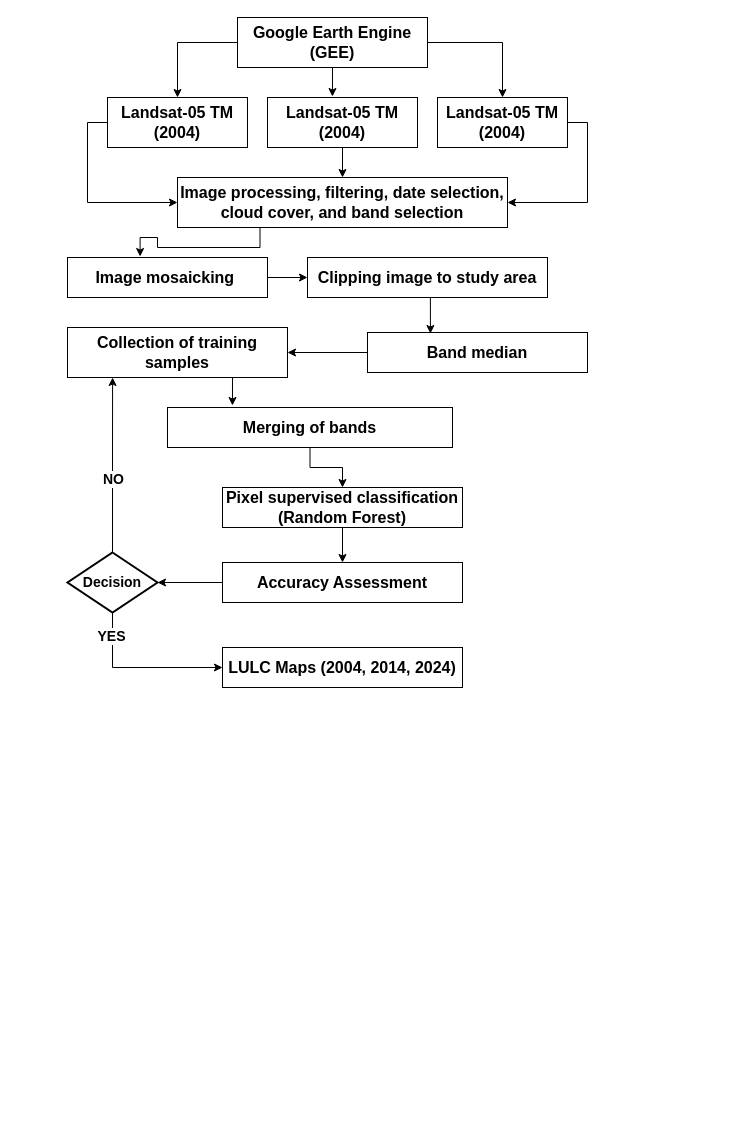
The draw.io diagram gee.drawio in yemioke/PRISMA2020, before the edit. Source tidied: cells renumbered, new cells numbered last; positions are measured from the earlier drawing's top-left corner, leaving out a move shared by most shapes. Both pictures are drawn from the tidied source at 100%, with x=0, y=0 at pixel (67, 17).
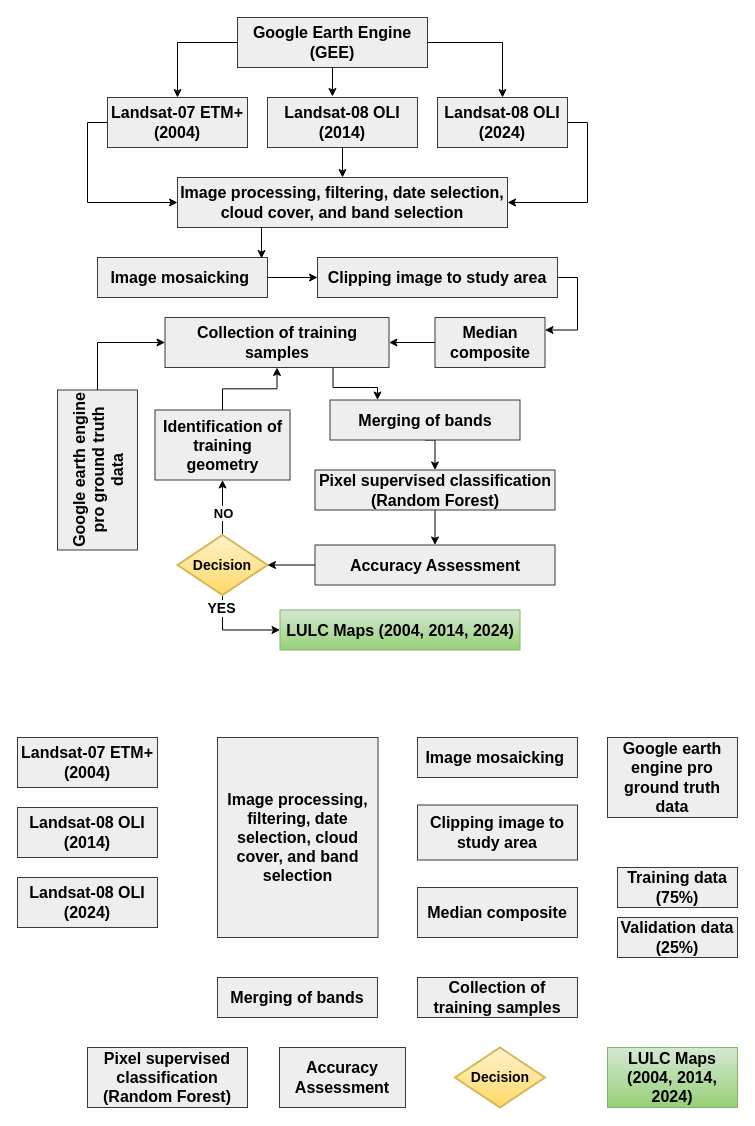
The same page after the edit.

Change to the diagram source:
```diff
@@
-    <mxCell id="4" value="&lt;b&gt;&lt;font style=&quot;font-size: 16px;&quot;&gt;Google Earth Engine (GEE)&lt;/font&gt;&lt;/b&gt;" style="rounded=0;whiteSpace=wrap;html=1;" parent="1" vertex="1">
+    <mxCell id="4" value="&lt;b&gt;&lt;font style=&quot;font-size: 16px;&quot;&gt;Google Earth Engine (GEE)&lt;/font&gt;&lt;/b&gt;" style="rounded=0;whiteSpace=wrap;html=1;fillColor=#eeeeee;strokeColor=#36393d;" parent="1" vertex="1">
       <mxGeometry x="170" width="190" height="50" as="geometry" />
     </mxCell>
@@
-    <mxCell id="6" value="&lt;b&gt;&lt;font style=&quot;font-size: 16px;&quot;&gt;Landsat-05 TM&lt;br&gt;(2004)&lt;/font&gt;&lt;/b&gt;" style="rounded=0;whiteSpace=wrap;html=1;" parent="1" vertex="1">
+    <mxCell id="6" value="&lt;b&gt;&lt;font style=&quot;font-size: 16px;&quot;&gt;Landsat-07 ETM+&lt;br&gt;(2004)&lt;/font&gt;&lt;/b&gt;" style="rounded=0;whiteSpace=wrap;html=1;fillColor=#eeeeee;strokeColor=#36393d;" parent="1" vertex="1">
       <mxGeometry x="40" y="80" width="140" height="50" as="geometry" />
     </mxCell>
@@
-    <mxCell id="8" value="&lt;b&gt;&lt;font style=&quot;font-size: 16px;&quot;&gt;Landsat-05 TM&lt;br&gt;(2004)&lt;/font&gt;&lt;/b&gt;" style="rounded=0;whiteSpace=wrap;html=1;" parent="1" vertex="1">
+    <mxCell id="8" value="&lt;b&gt;&lt;font style=&quot;font-size: 16px;&quot;&gt;Landsat-08 OLI&lt;br&gt;(2014)&lt;/font&gt;&lt;/b&gt;" style="rounded=0;whiteSpace=wrap;html=1;fillColor=#eeeeee;strokeColor=#36393d;" parent="1" vertex="1">
       <mxGeometry x="200" y="80" width="150" height="50" as="geometry" />
     </mxCell>
@@
-    <mxCell id="10" value="&lt;b&gt;&lt;font style=&quot;font-size: 16px;&quot;&gt;Landsat-05 TM&lt;br&gt;(2004)&lt;/font&gt;&lt;/b&gt;" style="rounded=0;whiteSpace=wrap;html=1;" parent="1" vertex="1">
+    <mxCell id="10" value="&lt;b&gt;&lt;font style=&quot;font-size: 16px;&quot;&gt;Landsat-08 OLI&lt;br&gt;(2024)&lt;/font&gt;&lt;/b&gt;" style="rounded=0;whiteSpace=wrap;html=1;fillColor=#eeeeee;strokeColor=#36393d;" parent="1" vertex="1">
       <mxGeometry x="370" y="80" width="130" height="50" as="geometry" />
     </mxCell>
@@
-    <mxCell id="12" value="&lt;b&gt;&lt;font style=&quot;font-size: 16px;&quot;&gt;Image processing, filtering, date selection, cloud cover, and band selection&lt;/font&gt;&lt;/b&gt;" style="rounded=0;whiteSpace=wrap;html=1;" parent="1" vertex="1">
+    <mxCell id="12" value="&lt;b&gt;&lt;font style=&quot;font-size: 16px;&quot;&gt;Image processing, filtering, date selection, cloud cover, and band selection&lt;/font&gt;&lt;/b&gt;" style="rounded=0;whiteSpace=wrap;html=1;fillColor=#eeeeee;strokeColor=#36393d;" parent="1" vertex="1">
       <mxGeometry x="110" y="160" width="330" height="50" as="geometry" />
     </mxCell>
@@
-    <mxCell id="14" value="&lt;span style=&quot;font-size: 16px;&quot;&gt;&lt;b&gt;Image mosaicking&amp;nbsp;&lt;/b&gt;&lt;/span&gt;" style="rounded=0;whiteSpace=wrap;html=1;" parent="1" vertex="1">
-      <mxGeometry y="240" width="200" height="40" as="geometry" />
+    <mxCell id="14" value="&lt;span style=&quot;font-size: 16px;&quot;&gt;&lt;b&gt;Image mosaicking&amp;nbsp;&lt;/b&gt;&lt;/span&gt;" style="rounded=0;whiteSpace=wrap;html=1;fillColor=#eeeeee;strokeColor=#36393d;" parent="1" vertex="1">
+      <mxGeometry x="30" y="240" width="170" height="40" as="geometry" />
     </mxCell>
+    <mxCell id="33" style="edgeStyle=orthogonalEdgeStyle;rounded=0;jettySize=auto;html=1;exitX=1;exitY=0.5;exitDx=0;exitDy=0;entryX=1;entryY=0.25;entryDx=0;entryDy=0;" parent="1" edge="1" source="15" target="17">
+      <mxGeometry relative="1" as="geometry" />
+    </mxCell>
-    <mxCell id="15" value="&lt;span style=&quot;font-size: 16px;&quot;&gt;&lt;b&gt;Clipping image to study area&lt;/b&gt;&lt;/span&gt;" style="rounded=0;whiteSpace=wrap;html=1;" parent="1" vertex="1">
-      <mxGeometry x="240" y="240" width="240" height="40" as="geometry" />
+    <mxCell id="15" value="&lt;span style=&quot;font-size: 16px;&quot;&gt;&lt;b&gt;Clipping image to study area&lt;/b&gt;&lt;/span&gt;" style="rounded=0;whiteSpace=wrap;html=1;fillColor=#eeeeee;strokeColor=#36393d;" parent="1" vertex="1">
+      <mxGeometry x="250" y="240" width="240" height="40" as="geometry" />
     </mxCell>
@@
-    <mxCell id="17" value="&lt;span style=&quot;font-size: 16px;&quot;&gt;&lt;b&gt;Band median&lt;/b&gt;&lt;/span&gt;" style="rounded=0;whiteSpace=wrap;html=1;" parent="1" vertex="1">
-      <mxGeometry x="300" y="315" width="220" height="40" as="geometry" />
+    <mxCell id="17" value="&lt;span style=&quot;font-size: 16px;&quot;&gt;&lt;b&gt;Median composite&lt;/b&gt;&lt;/span&gt;" style="rounded=0;whiteSpace=wrap;html=1;fillColor=#eeeeee;strokeColor=#36393d;" parent="1" vertex="1">
+      <mxGeometry x="367.5" y="300" width="110" height="50" as="geometry" />
     </mxCell>
+    <mxCell id="24" style="edgeStyle=orthogonalEdgeStyle;rounded=0;jettySize=auto;html=1;exitX=0.75;exitY=1;exitDx=0;exitDy=0;entryX=0.25;entryY=0;entryDx=0;entryDy=0;" parent="1" edge="1" source="18" target="20">
+      <mxGeometry relative="1" as="geometry" />
+    </mxCell>
-    <mxCell id="18" value="&lt;span style=&quot;font-size: 16px;&quot;&gt;&lt;b&gt;Collection of training samples&lt;/b&gt;&lt;/span&gt;" style="rounded=0;whiteSpace=wrap;html=1;" parent="1" vertex="1">
-      <mxGeometry y="310" width="220" height="50" as="geometry" />
+    <mxCell id="18" value="&lt;span style=&quot;font-size: 16px;&quot;&gt;&lt;b&gt;Collection of training samples&lt;/b&gt;&lt;/span&gt;" style="rounded=0;whiteSpace=wrap;html=1;fillColor=#eeeeee;strokeColor=#36393d;" parent="1" vertex="1">
+      <mxGeometry x="97.5" y="300" width="224" height="50" as="geometry" />
     </mxCell>
-    <mxCell id="19" style="edgeStyle=orthogonalEdgeStyle;rounded=0;jettySize=auto;html=1;exitX=0.5;exitY=1;exitDx=0;exitDy=0;" parent="1" edge="1" source="20" target="22">
+    <mxCell id="19" style="edgeStyle=orthogonalEdgeStyle;rounded=0;jettySize=auto;html=1;exitX=0.5;exitY=1;exitDx=0;exitDy=0;entryX=0.5;entryY=0;entryDx=0;entryDy=0;" parent="1" edge="1" source="20" target="22">
       <mxGeometry relative="1" as="geometry" />
     </mxCell>
-    <mxCell id="20" value="&lt;span style=&quot;font-size: 16px;&quot;&gt;&lt;b&gt;Merging of bands&lt;/b&gt;&lt;/span&gt;" style="rounded=0;whiteSpace=wrap;html=1;" parent="1" vertex="1">
-      <mxGeometry x="100" y="390" width="285" height="40" as="geometry" />
+    <mxCell id="20" value="&lt;span style=&quot;font-size: 16px;&quot;&gt;&lt;b&gt;Merging of bands&lt;/b&gt;&lt;/span&gt;" style="rounded=0;whiteSpace=wrap;html=1;fillColor=#eeeeee;strokeColor=#36393d;" parent="1" vertex="1">
+      <mxGeometry x="262.5" y="382.5" width="190" height="40" as="geometry" />
     </mxCell>
@@
-    <mxCell id="22" value="&lt;span style=&quot;font-size: 16px;&quot;&gt;&lt;b&gt;Pixel supervised classification&lt;/b&gt;&lt;/span&gt;&lt;div&gt;&lt;span style=&quot;font-size: 16px;&quot;&gt;&lt;b&gt;(Random Forest)&lt;/b&gt;&lt;/span&gt;&lt;/div&gt;" style="rounded=0;whiteSpace=wrap;html=1;" parent="1" vertex="1">
-      <mxGeometry x="155" y="470" width="240" height="40" as="geometry" />
+    <mxCell id="22" value="&lt;span style=&quot;font-size: 16px;&quot;&gt;&lt;b&gt;Pixel supervised classification&lt;/b&gt;&lt;/span&gt;&lt;div&gt;&lt;span style=&quot;font-size: 16px;&quot;&gt;&lt;b&gt;(Random Forest)&lt;/b&gt;&lt;/span&gt;&lt;/div&gt;" style="rounded=0;whiteSpace=wrap;html=1;fillColor=#eeeeee;strokeColor=#36393d;" parent="1" vertex="1">
+      <mxGeometry x="247.5" y="452.5" width="240" height="40" as="geometry" />
     </mxCell>
-    <mxCell id="23" style="edgeStyle=orthogonalEdgeStyle;rounded=0;jettySize=auto;html=1;exitX=0.25;exitY=1;exitDx=0;exitDy=0;entryX=0.363;entryY=-0.025;entryDx=0;entryDy=0;entryPerimeter=0;" parent="1" edge="1" source="12" target="14">
-      <mxGeometry relative="1" as="geometry" />
-    </mxCell>
-    <mxCell id="24" style="edgeStyle=orthogonalEdgeStyle;rounded=0;jettySize=auto;html=1;exitX=0.75;exitY=1;exitDx=0;exitDy=0;entryX=0.228;entryY=-0.05;entryDx=0;entryDy=0;entryPerimeter=0;" parent="1" edge="1" source="18" target="20">
-      <mxGeometry relative="1" as="geometry" />
-    </mxCell>
@@
+    <mxCell id="34" style="edgeStyle=orthogonalEdgeStyle;rounded=0;jettySize=auto;html=1;exitX=0.5;exitY=0;exitDx=0;exitDy=0;exitPerimeter=0;entryX=0.5;entryY=1;entryDx=0;entryDy=0;" parent="1" edge="1" source="27" target="36">
+      <mxGeometry relative="1" as="geometry" />
+    </mxCell>
+    <mxCell id="30" value="&lt;b&gt;&lt;font style=&quot;font-size: 13px;&quot;&gt;NO&lt;/font&gt;&lt;/b&gt;" style="edgeLabel;html=1;align=center;verticalAlign=middle;" parent="34" vertex="1">
+      <mxGeometry x="-0.2" y="1" relative="1" as="geometry">
+        <mxPoint x="1" as="offset" />
+      </mxGeometry>
+    </mxCell>
-    <mxCell id="27" value="&lt;b&gt;&lt;font style=&quot;font-size: 14px;&quot;&gt;Decision&lt;/font&gt;&lt;/b&gt;" style="strokeWidth=2;html=1;shape=mxgraph.flowchart.decision;whiteSpace=wrap;" parent="1" vertex="1">
-      <mxGeometry y="535" width="90" height="60" as="geometry" />
+    <mxCell id="27" value="&lt;b&gt;&lt;font style=&quot;font-size: 14px;&quot;&gt;Decision&lt;/font&gt;&lt;/b&gt;" style="strokeWidth=2;html=1;shape=mxgraph.flowchart.decision;whiteSpace=wrap;fillColor=#fff2cc;strokeColor=#d6b656;gradientColor=#ffd966;" parent="1" vertex="1">
+      <mxGeometry x="110" y="517.5" width="90" height="60" as="geometry" />
     </mxCell>
-    <mxCell id="28" value="&lt;span style=&quot;font-size: 16px;&quot;&gt;&lt;b&gt;Accuracy Assessment&lt;/b&gt;&lt;/span&gt;" style="rounded=0;whiteSpace=wrap;html=1;" parent="1" vertex="1">
-      <mxGeometry x="155" y="545" width="240" height="40" as="geometry" />
+    <mxCell id="28" value="&lt;span style=&quot;font-size: 16px;&quot;&gt;&lt;b&gt;Accuracy Assessment&lt;/b&gt;&lt;/span&gt;" style="rounded=0;whiteSpace=wrap;html=1;fillColor=#eeeeee;strokeColor=#36393d;" parent="1" vertex="1">
+      <mxGeometry x="247.5" y="527.5" width="240" height="40" as="geometry" />
     </mxCell>
-    <mxCell id="29" style="edgeStyle=orthogonalEdgeStyle;rounded=0;jettySize=auto;html=1;exitX=0.5;exitY=0;exitDx=0;exitDy=0;exitPerimeter=0;entryX=0.205;entryY=1;entryDx=0;entryDy=0;entryPerimeter=0;" parent="1" edge="1" source="27" target="18">
-      <mxGeometry relative="1" as="geometry" />
-    </mxCell>
-    <mxCell id="30" value="&lt;b&gt;&lt;font style=&quot;font-size: 14px;&quot;&gt;NO&lt;/font&gt;&lt;/b&gt;" style="edgeLabel;html=1;align=center;verticalAlign=middle;" parent="29" vertex="1">
-      <mxGeometry x="-0.15" relative="1" as="geometry" />
-    </mxCell>
-    <mxCell id="31" value="&lt;span style=&quot;font-size: 16px;&quot;&gt;&lt;b&gt;LULC Maps (2004, 2014, 2024)&lt;/b&gt;&lt;/span&gt;" style="rounded=0;whiteSpace=wrap;html=1;" parent="1" vertex="1">
-      <mxGeometry x="155" y="630" width="240" height="40" as="geometry" />
+    <mxCell id="31" value="&lt;span style=&quot;font-size: 16px;&quot;&gt;&lt;b&gt;LULC Maps (2004, 2014, 2024)&lt;/b&gt;&lt;/span&gt;" style="rounded=0;whiteSpace=wrap;html=1;fillColor=#d5e8d4;strokeColor=#82b366;gradientColor=#97d077;" parent="1" vertex="1">
+      <mxGeometry x="212.5" y="592.5" width="240" height="40" as="geometry" />
     </mxCell>
@@
-    <mxCell id="33" style="edgeStyle=orthogonalEdgeStyle;rounded=0;jettySize=auto;html=1;exitX=0.5;exitY=1;exitDx=0;exitDy=0;entryX=0.286;entryY=0.025;entryDx=0;entryDy=0;entryPerimeter=0;" parent="1" edge="1" source="15" target="17">
-      <mxGeometry relative="1" as="geometry" />
-    </mxCell>
+    <mxCell id="35" style="edgeStyle=orthogonalEdgeStyle;rounded=0;jettySize=auto;html=1;exitX=0.5;exitY=0;exitDx=0;exitDy=0;" parent="1" edge="1" source="36" target="18">
+      <mxGeometry relative="1" as="geometry" />
+    </mxCell>
+    <mxCell id="36" value="&lt;span style=&quot;font-size: 16px;&quot;&gt;&lt;b&gt;Identification of training geometry&lt;/b&gt;&lt;/span&gt;" style="rounded=0;whiteSpace=wrap;html=1;fillColor=#eeeeee;strokeColor=#36393d;" parent="1" vertex="1">
+      <mxGeometry x="87.5" y="392.5" width="135" height="70" as="geometry" />
+    </mxCell>
+    <mxCell id="37" style="edgeStyle=orthogonalEdgeStyle;rounded=0;jettySize=auto;html=1;exitX=1;exitY=0.5;exitDx=0;exitDy=0;entryX=0;entryY=0.5;entryDx=0;entryDy=0;" parent="1" edge="1" source="38" target="18">
+      <mxGeometry relative="1" as="geometry" />
+    </mxCell>
+    <mxCell id="38" value="&lt;span style=&quot;font-size: 16px;&quot;&gt;&lt;b&gt;Google earth engine pro ground truth data&lt;/b&gt;&lt;/span&gt;" style="rounded=0;whiteSpace=wrap;html=1;rotation=-90;fillColor=#eeeeee;strokeColor=#36393d;" parent="1" vertex="1">
+      <mxGeometry x="-50" y="412.5" width="160" height="80" as="geometry" />
+    </mxCell>
+    <mxCell id="23" style="edgeStyle=orthogonalEdgeStyle;rounded=0;jettySize=auto;html=1;exitX=0.25;exitY=1;exitDx=0;exitDy=0;entryX=0.965;entryY=0.025;entryDx=0;entryDy=0;entryPerimeter=0;" parent="1" edge="1" source="12" target="14">
+      <mxGeometry relative="1" as="geometry" />
+    </mxCell>
+    <mxCell id="39" value="&lt;b&gt;&lt;font style=&quot;font-size: 16px;&quot;&gt;Landsat-07 ETM+&lt;br&gt;(2004)&lt;/font&gt;&lt;/b&gt;" style="rounded=0;whiteSpace=wrap;html=1;fillColor=#eeeeee;strokeColor=#36393d;" parent="1" vertex="1">
+      <mxGeometry x="-50" y="720" width="140" height="50" as="geometry" />
+    </mxCell>
+    <mxCell id="40" value="&lt;b&gt;&lt;font style=&quot;font-size: 16px;&quot;&gt;Landsat-08 OLI&lt;br&gt;(2014)&lt;/font&gt;&lt;/b&gt;" style="rounded=0;whiteSpace=wrap;html=1;fillColor=#eeeeee;strokeColor=#36393d;" parent="1" vertex="1">
+      <mxGeometry x="-50" y="790" width="140" height="50" as="geometry" />
+    </mxCell>
+    <mxCell id="41" value="&lt;b&gt;&lt;font style=&quot;font-size: 16px;&quot;&gt;Landsat-08 OLI&lt;br&gt;(2024)&lt;/font&gt;&lt;/b&gt;" style="rounded=0;whiteSpace=wrap;html=1;fillColor=#eeeeee;strokeColor=#36393d;" parent="1" vertex="1">
+      <mxGeometry x="-50" y="860" width="140" height="50" as="geometry" />
+    </mxCell>
+    <mxCell id="42" value="&lt;b&gt;&lt;font style=&quot;font-size: 16px;&quot;&gt;Image processing, filtering, date selection, cloud cover, and band selection&lt;/font&gt;&lt;/b&gt;" style="rounded=0;whiteSpace=wrap;html=1;fillColor=#eeeeee;strokeColor=#36393d;" parent="1" vertex="1">
+      <mxGeometry x="150" y="720" width="160.5" height="200" as="geometry" />
+    </mxCell>
+    <mxCell id="43" value="&lt;span style=&quot;font-size: 16px;&quot;&gt;&lt;b&gt;Image mosaicking&amp;nbsp;&lt;/b&gt;&lt;/span&gt;" style="rounded=0;whiteSpace=wrap;html=1;fillColor=#eeeeee;strokeColor=#36393d;" parent="1" vertex="1">
+      <mxGeometry x="350" y="720" width="160" height="40" as="geometry" />
+    </mxCell>
+    <mxCell id="44" value="&lt;span style=&quot;font-size: 16px;&quot;&gt;&lt;b&gt;Clipping image to study area&lt;/b&gt;&lt;/span&gt;" style="rounded=0;whiteSpace=wrap;html=1;fillColor=#eeeeee;strokeColor=#36393d;" parent="1" vertex="1">
+      <mxGeometry x="350" y="787.5" width="160" height="55" as="geometry" />
+    </mxCell>
+    <mxCell id="45" value="&lt;span style=&quot;font-size: 16px;&quot;&gt;&lt;b&gt;Median composite&lt;/b&gt;&lt;/span&gt;" style="rounded=0;whiteSpace=wrap;html=1;fillColor=#eeeeee;strokeColor=#36393d;" parent="1" vertex="1">
+      <mxGeometry x="350" y="870" width="160" height="50" as="geometry" />
+    </mxCell>
+    <mxCell id="46" value="&lt;span style=&quot;font-size: 16px;&quot;&gt;&lt;b&gt;Collection of training samples&lt;/b&gt;&lt;/span&gt;" style="rounded=0;whiteSpace=wrap;html=1;fillColor=#eeeeee;strokeColor=#36393d;" parent="1" vertex="1">
+      <mxGeometry x="350" y="960" width="160" height="40" as="geometry" />
+    </mxCell>
+    <mxCell id="47" value="&lt;span style=&quot;font-size: 16px;&quot;&gt;&lt;b&gt;Merging of bands&lt;/b&gt;&lt;/span&gt;" style="rounded=0;whiteSpace=wrap;html=1;fillColor=#eeeeee;strokeColor=#36393d;" parent="1" vertex="1">
+      <mxGeometry x="150" y="960" width="160" height="40" as="geometry" />
+    </mxCell>
+    <mxCell id="48" value="&lt;span style=&quot;font-size: 16px;&quot;&gt;&lt;b&gt;Pixel supervised classification&lt;/b&gt;&lt;/span&gt;&lt;div&gt;&lt;span style=&quot;font-size: 16px;&quot;&gt;&lt;b&gt;(Random Forest)&lt;/b&gt;&lt;/span&gt;&lt;/div&gt;" style="rounded=0;whiteSpace=wrap;html=1;fillColor=#eeeeee;strokeColor=#36393d;" parent="1" vertex="1">
+      <mxGeometry x="20" y="1030" width="160" height="60" as="geometry" />
+    </mxCell>
+    <mxCell id="49" value="&lt;span style=&quot;font-size: 16px;&quot;&gt;&lt;b&gt;Google earth engine pro ground truth data&lt;/b&gt;&lt;/span&gt;" style="rounded=0;whiteSpace=wrap;html=1;rotation=0;fillColor=#eeeeee;strokeColor=#36393d;" parent="1" vertex="1">
+      <mxGeometry x="540" y="720" width="130" height="80" as="geometry" />
+    </mxCell>
+    <mxCell id="50" value="&lt;span style=&quot;font-size: 16px;&quot;&gt;&lt;b&gt;Accuracy Assessment&lt;/b&gt;&lt;/span&gt;" style="rounded=0;whiteSpace=wrap;html=1;fillColor=#eeeeee;strokeColor=#36393d;" parent="1" vertex="1">
+      <mxGeometry x="212" y="1030" width="126" height="60" as="geometry" />
+    </mxCell>
+    <mxCell id="51" value="&lt;span style=&quot;font-size: 16px;&quot;&gt;&lt;b&gt;Training data (75%)&lt;/b&gt;&lt;/span&gt;" style="rounded=0;whiteSpace=wrap;html=1;fillColor=#eeeeee;strokeColor=#36393d;" parent="1" vertex="1">
+      <mxGeometry x="550" y="850" width="120" height="40" as="geometry" />
+    </mxCell>
+    <mxCell id="52" value="&lt;span style=&quot;font-size: 16px;&quot;&gt;&lt;b&gt;Validation data (25%)&lt;/b&gt;&lt;/span&gt;" style="rounded=0;whiteSpace=wrap;html=1;fillColor=#eeeeee;strokeColor=#36393d;" parent="1" vertex="1">
+      <mxGeometry x="550" y="900" width="120" height="40" as="geometry" />
+    </mxCell>
+    <mxCell id="53" value="&lt;b&gt;&lt;font style=&quot;font-size: 14px;&quot;&gt;Decision&lt;/font&gt;&lt;/b&gt;" style="strokeWidth=2;html=1;shape=mxgraph.flowchart.decision;whiteSpace=wrap;fillColor=#fff2cc;strokeColor=#d6b656;gradientColor=#ffd966;" parent="1" vertex="1">
+      <mxGeometry x="387.5" y="1030" width="90" height="60" as="geometry" />
+    </mxCell>
+    <mxCell id="54" value="&lt;span style=&quot;font-size: 16px;&quot;&gt;&lt;b&gt;LULC Maps (2004, 2014, 2024)&lt;/b&gt;&lt;/span&gt;" style="rounded=0;whiteSpace=wrap;html=1;fillColor=#d5e8d4;strokeColor=#82b366;gradientColor=#97d077;" parent="1" vertex="1">
+      <mxGeometry x="540" y="1030" width="130" height="60" as="geometry" />
+    </mxCell>
```
